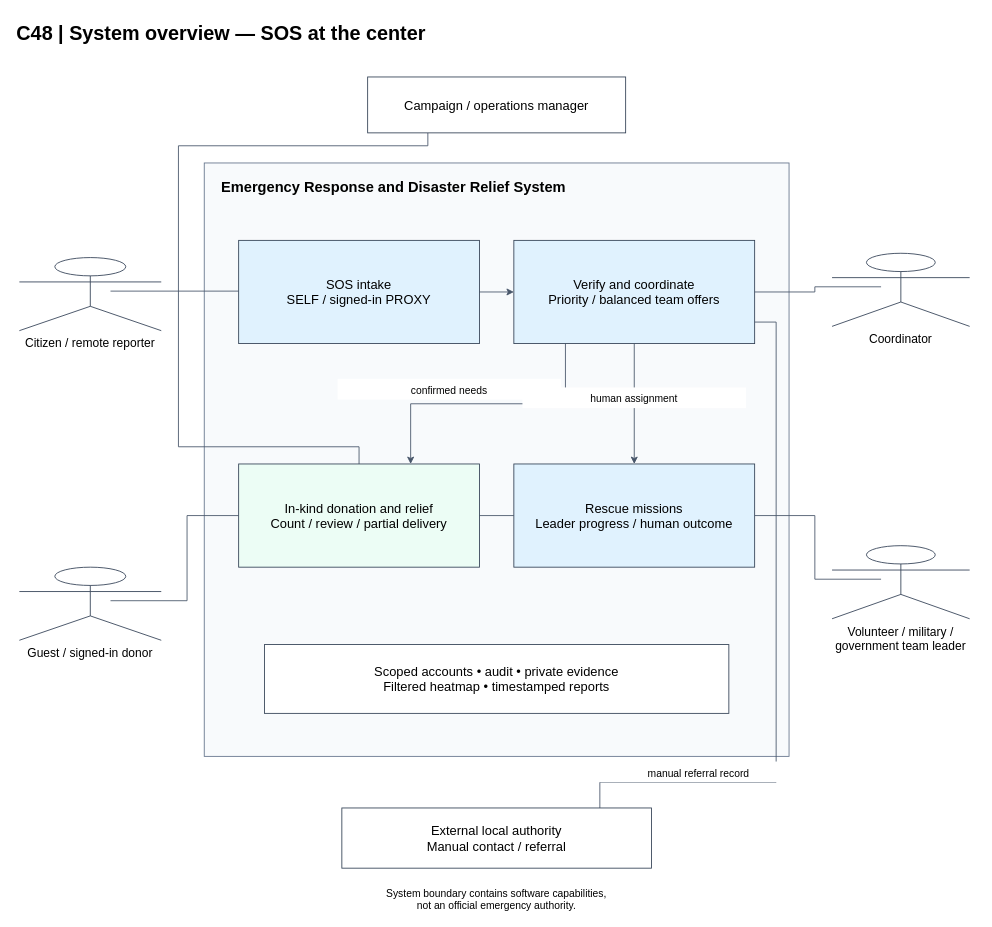
Before: docs/diagrams/c48-system-overview.drawio in sangvirgo/disaster-relief-management, a draw.io diagram. Source tidied: cells renumbered, new cells numbered last; positions are measured from the earlier drawing's top-left corner, leaving out a move shared by most shapes. Both pictures are drawn from the tidied source at 86%, with x=0, y=0 at pixel (15, 15).
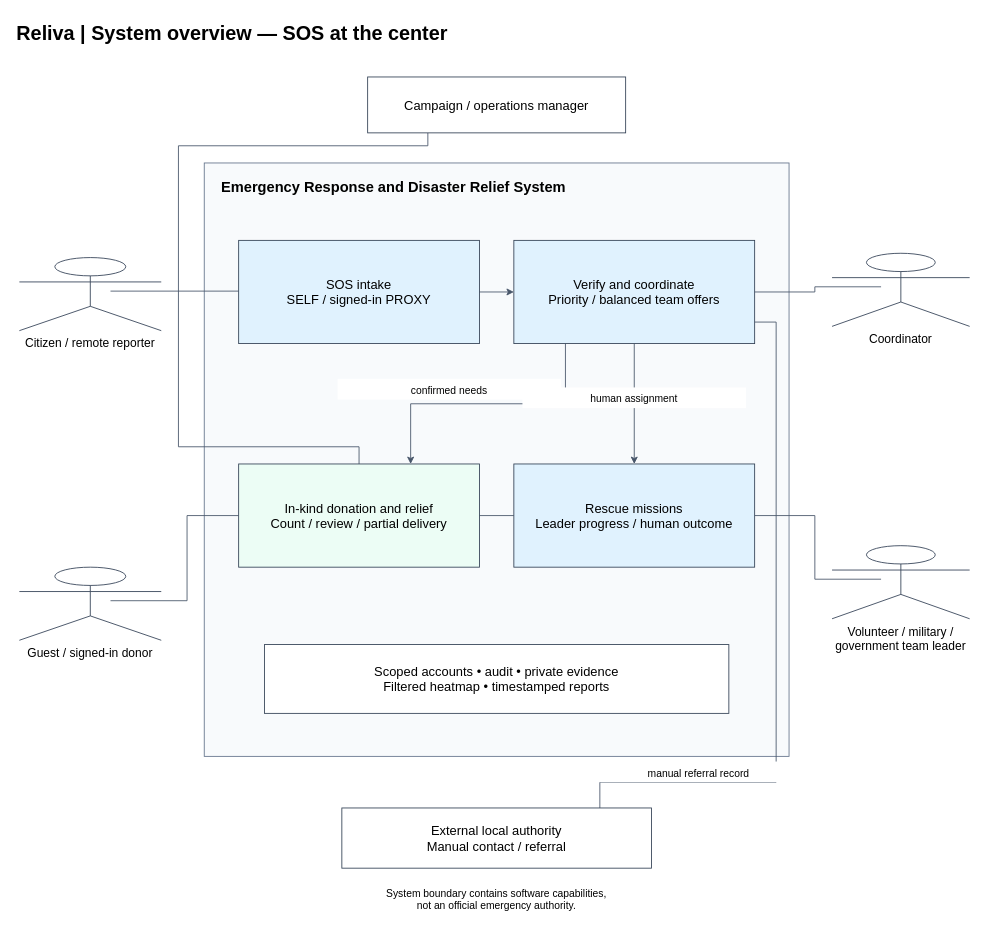
After the change.

Diff of the diagram source:
```diff
@@
-    <mxCell id="2" value="C48 | System overview — SOS at the center" style="text;html=0;fontSize=23;fontStyle=1;align=left;strokeColor=none;fillColor=none;" parent="1" vertex="1">
+    <mxCell id="2" value="Reliva | System overview — SOS at the center" style="text;html=0;fontSize=23;fontStyle=1;align=left;strokeColor=none;fillColor=none;" parent="1" vertex="1">
       <mxGeometry width="1120" height="45" as="geometry" />
     </mxCell>
```
